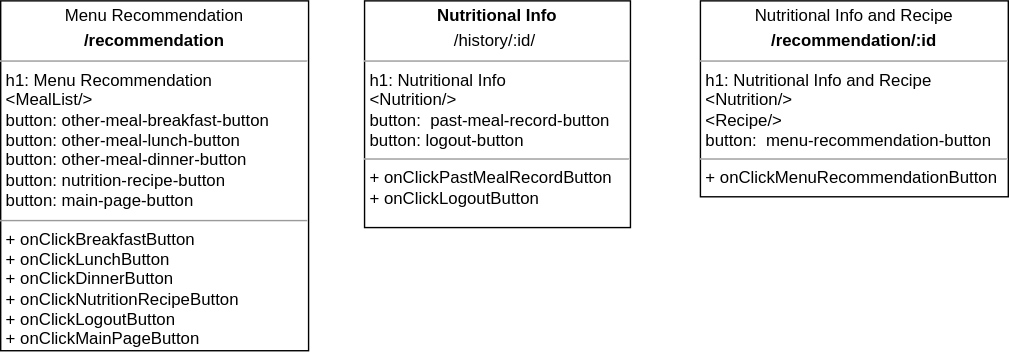
Above: diagrams/영서 Diagram.drawio.svg in swsnu/swpp2021-team5 (draw.io), before the change. Source tidied: cells renumbered, new cells last; positions are measured from the earlier drawing's top-left corner, leaving out a move shared by most shapes. Its diagram source:
```xml
<mxGraphModel>
  <root>
    <mxCell id="0" />
    <mxCell id="1" parent="0" />
    <mxCell id="2" value="&lt;p style=&quot;margin: 0px ; margin-top: 4px ; text-align: center&quot;&gt;Menu Recommendation&lt;/p&gt;&lt;p style=&quot;margin: 0px ; margin-top: 4px ; text-align: center&quot;&gt;&lt;b&gt;/recommendation&lt;/b&gt;&lt;/p&gt;&lt;hr size=&quot;1&quot;&gt;&lt;p style=&quot;margin: 0px ; margin-left: 4px&quot;&gt;h1: Menu Recommendation&lt;/p&gt;&lt;p style=&quot;margin: 0px ; margin-left: 4px&quot;&gt;&amp;lt;MealList/&amp;gt;&lt;/p&gt;&lt;p style=&quot;margin: 0px ; margin-left: 4px&quot;&gt;button:&amp;nbsp;&lt;span&gt;other-meal-breakfast-button&lt;/span&gt;&lt;/p&gt;&lt;p style=&quot;margin: 0px 0px 0px 4px&quot;&gt;button: other-meal-lunch-button&lt;/p&gt;&lt;p style=&quot;margin: 0px 0px 0px 4px&quot;&gt;button: other-meal-dinner-button&lt;/p&gt;&lt;p style=&quot;margin: 0px 0px 0px 4px&quot;&gt;button: nutrition-recipe-button&lt;/p&gt;&lt;p style=&quot;margin: 0px 0px 0px 4px&quot;&gt;button: main-page-button&lt;/p&gt;&lt;hr size=&quot;1&quot;&gt;&lt;p style=&quot;margin: 0px ; margin-left: 4px&quot;&gt;+ onClickBreakfastButton&lt;br&gt;+ onClickLunchButton&lt;/p&gt;&lt;p style=&quot;margin: 0px ; margin-left: 4px&quot;&gt;+ onClickDinnerButton&lt;/p&gt;&lt;p style=&quot;margin: 0px ; margin-left: 4px&quot;&gt;+ onClickNutritionRecipeButton&lt;/p&gt;&lt;p style=&quot;margin: 0px ; margin-left: 4px&quot;&gt;+ onClickLogoutButton&lt;/p&gt;&lt;p style=&quot;margin: 0px ; margin-left: 4px&quot;&gt;+ onClickMainPageButton&lt;/p&gt;" style="verticalAlign=top;align=left;overflow=fill;fontSize=12;fontFamily=Helvetica;html=1;rounded=0;shadow=0;comic=0;labelBackgroundColor=none;strokeWidth=1;" parent="1" vertex="1">
      <mxGeometry width="220" height="250" as="geometry" />
    </mxCell>
    <mxCell id="3" value="&lt;p style=&quot;margin: 0px ; margin-top: 4px ; text-align: center&quot;&gt;Nutritional Info and Recipe&lt;/p&gt;&lt;p style=&quot;margin: 0px ; margin-top: 4px ; text-align: center&quot;&gt;&lt;b&gt;/recommendation/:id&lt;/b&gt;&lt;/p&gt;&lt;hr size=&quot;1&quot;&gt;&lt;p style=&quot;margin: 0px ; margin-left: 4px&quot;&gt;h1: Nutritional Info and Recipe&lt;/p&gt;&lt;p style=&quot;margin: 0px ; margin-left: 4px&quot;&gt;&amp;lt;Nutrition/&amp;gt;&lt;/p&gt;&lt;p style=&quot;margin: 0px ; margin-left: 4px&quot;&gt;&amp;lt;Recipe/&amp;gt;&lt;/p&gt;&lt;p style=&quot;margin: 0px ; margin-left: 4px&quot;&gt;button:&amp;nbsp;&amp;nbsp;&lt;span style=&quot;text-align: center&quot;&gt;menu-recommendation-button&lt;/span&gt;&amp;nbsp;&lt;br&gt;&lt;/p&gt;&lt;hr size=&quot;1&quot;&gt;&lt;p style=&quot;margin: 0px ; margin-left: 4px&quot;&gt;+ onClickMenuRecommendationButton&lt;br&gt;&lt;/p&gt;" style="verticalAlign=top;align=left;overflow=fill;fontSize=12;fontFamily=Helvetica;html=1;rounded=0;shadow=0;comic=0;labelBackgroundColor=none;strokeWidth=1;" parent="1" vertex="1">
      <mxGeometry x="500" width="220" height="140" as="geometry" />
    </mxCell>
    <mxCell id="4" value="&lt;p style=&quot;margin: 0px ; margin-top: 4px ; text-align: center&quot;&gt;&lt;b&gt;Nutritional Info&lt;/b&gt;&lt;/p&gt;&lt;p style=&quot;margin: 0px ; margin-top: 4px ; text-align: center&quot;&gt;/history/:id/&lt;b&gt;&amp;nbsp;&lt;/b&gt;&lt;/p&gt;&lt;hr size=&quot;1&quot;&gt;&lt;p style=&quot;margin: 0px 0px 0px 4px&quot;&gt;h1: Nutritional Info&lt;/p&gt;&lt;p style=&quot;margin: 0px 0px 0px 4px&quot;&gt;&amp;lt;Nutrition/&amp;gt;&lt;/p&gt;&lt;p style=&quot;margin: 0px 0px 0px 4px&quot;&gt;button:&amp;nbsp; past-meal-record-button&amp;nbsp;&lt;br&gt;&lt;/p&gt;&lt;p style=&quot;margin: 0px 0px 0px 4px&quot;&gt;button: logout-button&lt;/p&gt;&lt;hr size=&quot;1&quot;&gt;&lt;p style=&quot;margin: 0px 0px 0px 4px&quot;&gt;+ onClickPastMealRecordButton&lt;/p&gt;&lt;p style=&quot;margin: 0px 0px 0px 4px&quot;&gt;+ onClickLogoutButton&lt;/p&gt;" style="verticalAlign=top;align=left;overflow=fill;fontSize=12;fontFamily=Helvetica;html=1;" parent="1" vertex="1">
      <mxGeometry x="260" width="190" height="162" as="geometry" />
    </mxCell>
  </root>
</mxGraphModel>
```
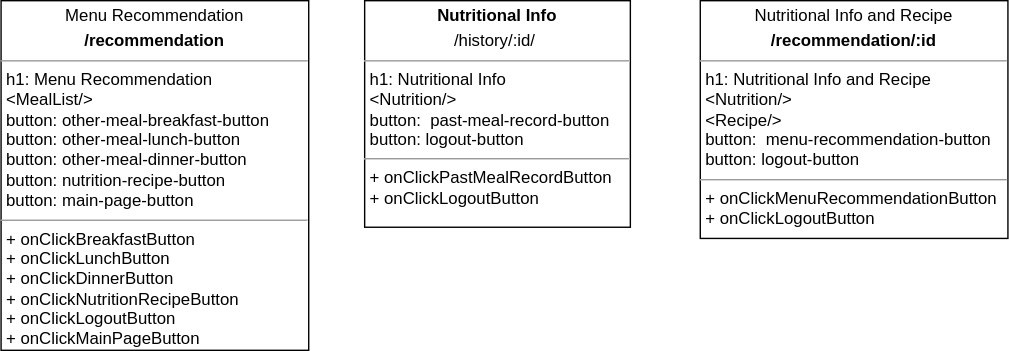
After the commit.

The edit, as a diff of the source:
```diff
@@ -5,8 +5,8 @@
     <mxCell id="2" value="&lt;p style=&quot;margin: 0px ; margin-top: 4px ; text-align: center&quot;&gt;Menu Recommendation&lt;/p&gt;&lt;p style=&quot;margin: 0px ; margin-top: 4px ; text-align: center&quot;&gt;&lt;b&gt;/recommendation&lt;/b&gt;&lt;/p&gt;&lt;hr size=&quot;1&quot;&gt;&lt;p style=&quot;margin: 0px ; margin-left: 4px&quot;&gt;h1: Menu Recommendation&lt;/p&gt;&lt;p style=&quot;margin: 0px ; margin-left: 4px&quot;&gt;&amp;lt;MealList/&amp;gt;&lt;/p&gt;&lt;p style=&quot;margin: 0px ; margin-left: 4px&quot;&gt;button:&amp;nbsp;&lt;span&gt;other-meal-breakfast-button&lt;/span&gt;&lt;/p&gt;&lt;p style=&quot;margin: 0px 0px 0px 4px&quot;&gt;button: other-meal-lunch-button&lt;/p&gt;&lt;p style=&quot;margin: 0px 0px 0px 4px&quot;&gt;button: other-meal-dinner-button&lt;/p&gt;&lt;p style=&quot;margin: 0px 0px 0px 4px&quot;&gt;button: nutrition-recipe-button&lt;/p&gt;&lt;p style=&quot;margin: 0px 0px 0px 4px&quot;&gt;button: main-page-button&lt;/p&gt;&lt;hr size=&quot;1&quot;&gt;&lt;p style=&quot;margin: 0px ; margin-left: 4px&quot;&gt;+ onClickBreakfastButton&lt;br&gt;+ onClickLunchButton&lt;/p&gt;&lt;p style=&quot;margin: 0px ; margin-left: 4px&quot;&gt;+ onClickDinnerButton&lt;/p&gt;&lt;p style=&quot;margin: 0px ; margin-left: 4px&quot;&gt;+ onClickNutritionRecipeButton&lt;/p&gt;&lt;p style=&quot;margin: 0px ; margin-left: 4px&quot;&gt;+ onClickLogoutButton&lt;/p&gt;&lt;p style=&quot;margin: 0px ; margin-left: 4px&quot;&gt;+ onClickMainPageButton&lt;/p&gt;" style="verticalAlign=top;align=left;overflow=fill;fontSize=12;fontFamily=Helvetica;html=1;rounded=0;shadow=0;comic=0;labelBackgroundColor=none;strokeWidth=1;" parent="1" vertex="1">
       <mxGeometry width="220" height="250" as="geometry" />
     </mxCell>
-    <mxCell id="3" value="&lt;p style=&quot;margin: 0px ; margin-top: 4px ; text-align: center&quot;&gt;Nutritional Info and Recipe&lt;/p&gt;&lt;p style=&quot;margin: 0px ; margin-top: 4px ; text-align: center&quot;&gt;&lt;b&gt;/recommendation/:id&lt;/b&gt;&lt;/p&gt;&lt;hr size=&quot;1&quot;&gt;&lt;p style=&quot;margin: 0px ; margin-left: 4px&quot;&gt;h1: Nutritional Info and Recipe&lt;/p&gt;&lt;p style=&quot;margin: 0px ; margin-left: 4px&quot;&gt;&amp;lt;Nutrition/&amp;gt;&lt;/p&gt;&lt;p style=&quot;margin: 0px ; margin-left: 4px&quot;&gt;&amp;lt;Recipe/&amp;gt;&lt;/p&gt;&lt;p style=&quot;margin: 0px ; margin-left: 4px&quot;&gt;button:&amp;nbsp;&amp;nbsp;&lt;span style=&quot;text-align: center&quot;&gt;menu-recommendation-button&lt;/span&gt;&amp;nbsp;&lt;br&gt;&lt;/p&gt;&lt;hr size=&quot;1&quot;&gt;&lt;p style=&quot;margin: 0px ; margin-left: 4px&quot;&gt;+ onClickMenuRecommendationButton&lt;br&gt;&lt;/p&gt;" style="verticalAlign=top;align=left;overflow=fill;fontSize=12;fontFamily=Helvetica;html=1;rounded=0;shadow=0;comic=0;labelBackgroundColor=none;strokeWidth=1;" parent="1" vertex="1">
-      <mxGeometry x="500" width="220" height="140" as="geometry" />
+    <mxCell id="3" value="&lt;p style=&quot;margin: 0px ; margin-top: 4px ; text-align: center&quot;&gt;Nutritional Info and Recipe&lt;/p&gt;&lt;p style=&quot;margin: 0px ; margin-top: 4px ; text-align: center&quot;&gt;&lt;b&gt;/recommendation/:id&lt;/b&gt;&lt;/p&gt;&lt;hr size=&quot;1&quot;&gt;&lt;p style=&quot;margin: 0px ; margin-left: 4px&quot;&gt;h1: Nutritional Info and Recipe&lt;/p&gt;&lt;p style=&quot;margin: 0px ; margin-left: 4px&quot;&gt;&amp;lt;Nutrition/&amp;gt;&lt;/p&gt;&lt;p style=&quot;margin: 0px ; margin-left: 4px&quot;&gt;&amp;lt;Recipe/&amp;gt;&lt;/p&gt;&lt;p style=&quot;margin: 0px ; margin-left: 4px&quot;&gt;button:&amp;nbsp;&amp;nbsp;&lt;span style=&quot;text-align: center&quot;&gt;menu-recommendation-button&lt;/span&gt;&lt;/p&gt;&lt;p style=&quot;margin: 0px ; margin-left: 4px&quot;&gt;button: logout-button&amp;nbsp;&lt;br&gt;&lt;/p&gt;&lt;hr size=&quot;1&quot;&gt;&lt;p style=&quot;margin: 0px ; margin-left: 4px&quot;&gt;+ onClickMenuRecommendationButton&lt;br&gt;&lt;/p&gt;&lt;p style=&quot;margin: 0px ; margin-left: 4px&quot;&gt;+ onClickLogoutButton&lt;/p&gt;" style="verticalAlign=top;align=left;overflow=fill;fontSize=12;fontFamily=Helvetica;html=1;rounded=0;shadow=0;comic=0;labelBackgroundColor=none;strokeWidth=1;" parent="1" vertex="1">
+      <mxGeometry x="500" width="220" height="170" as="geometry" />
     </mxCell>
     <mxCell id="4" value="&lt;p style=&quot;margin: 0px ; margin-top: 4px ; text-align: center&quot;&gt;&lt;b&gt;Nutritional Info&lt;/b&gt;&lt;/p&gt;&lt;p style=&quot;margin: 0px ; margin-top: 4px ; text-align: center&quot;&gt;/history/:id/&lt;b&gt;&amp;nbsp;&lt;/b&gt;&lt;/p&gt;&lt;hr size=&quot;1&quot;&gt;&lt;p style=&quot;margin: 0px 0px 0px 4px&quot;&gt;h1: Nutritional Info&lt;/p&gt;&lt;p style=&quot;margin: 0px 0px 0px 4px&quot;&gt;&amp;lt;Nutrition/&amp;gt;&lt;/p&gt;&lt;p style=&quot;margin: 0px 0px 0px 4px&quot;&gt;button:&amp;nbsp; past-meal-record-button&amp;nbsp;&lt;br&gt;&lt;/p&gt;&lt;p style=&quot;margin: 0px 0px 0px 4px&quot;&gt;button: logout-button&lt;/p&gt;&lt;hr size=&quot;1&quot;&gt;&lt;p style=&quot;margin: 0px 0px 0px 4px&quot;&gt;+ onClickPastMealRecordButton&lt;/p&gt;&lt;p style=&quot;margin: 0px 0px 0px 4px&quot;&gt;+ onClickLogoutButton&lt;/p&gt;" style="verticalAlign=top;align=left;overflow=fill;fontSize=12;fontFamily=Helvetica;html=1;" parent="1" vertex="1">
       <mxGeometry x="260" width="190" height="162" as="geometry" />
```
